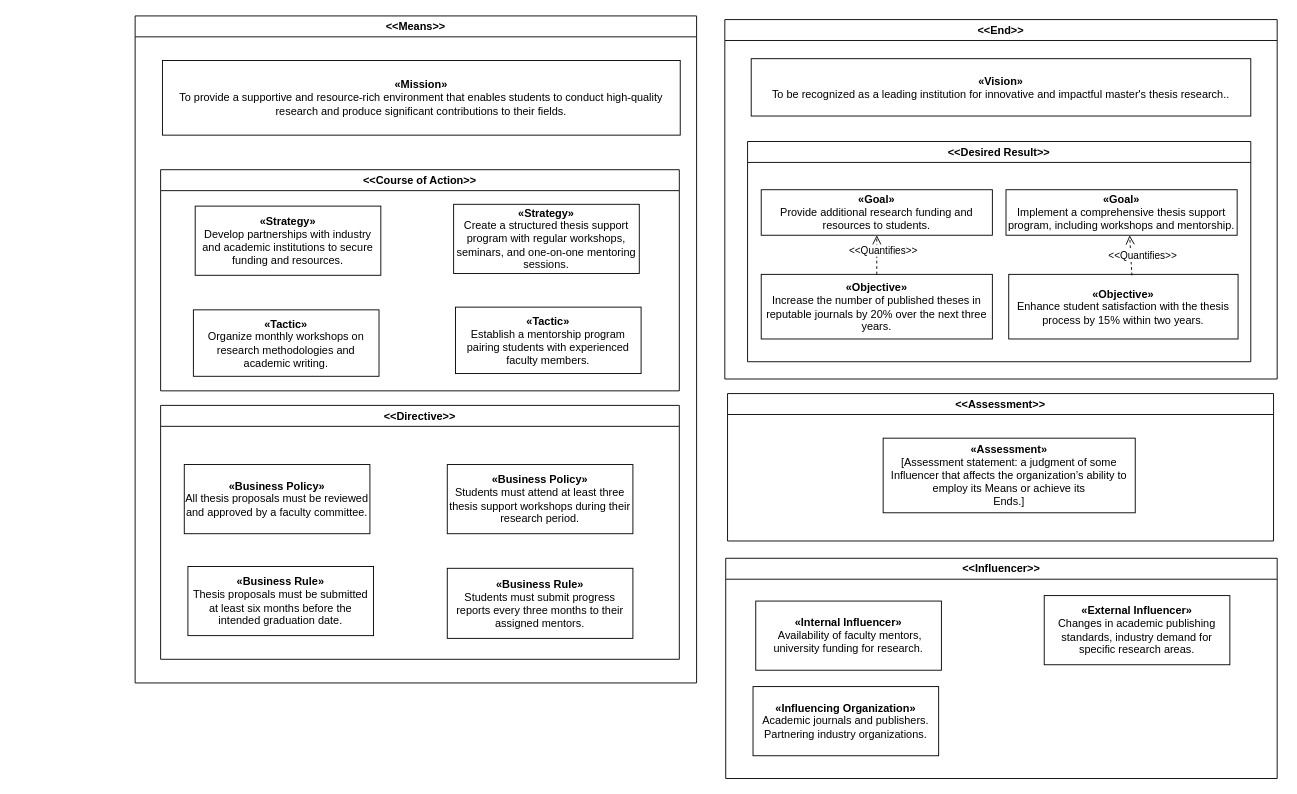
Earlier version of the draw.io diagram drawio/bmm/examples/UNI-EXAMPLE.drawio (KNormantas/vtech_isad). Source tidied: cells renumbered, new cells numbered last; positions are measured from the earlier drawing's top-left corner, leaving out a move shared by most shapes. Both pictures are drawn from the tidied source at 91%, with x=0, y=0 at pixel (135, 15).
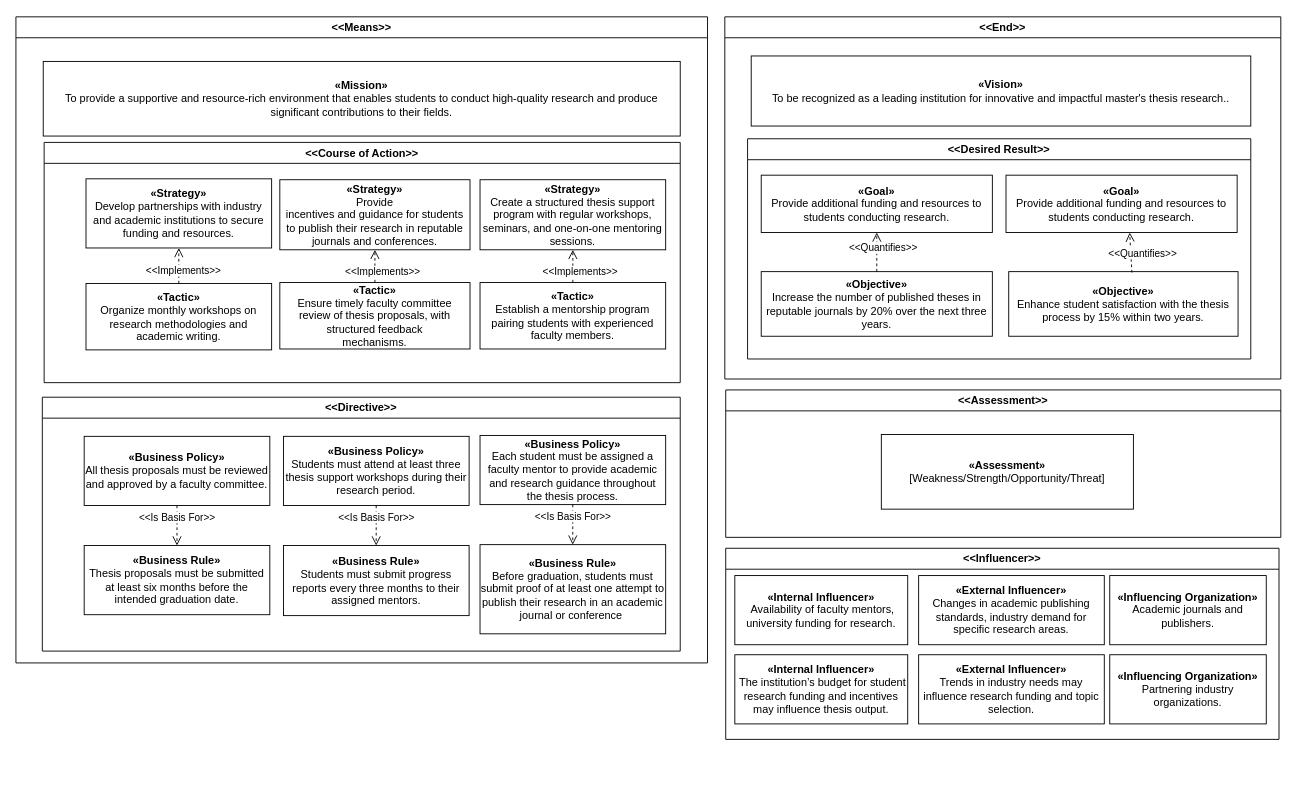
The same page after the edit.

The change refers to these unchanged cells:
```xml
<mxCell id="4" value="&amp;lt;&amp;lt;Desired Result&amp;gt;&amp;gt;" style="swimlane;whiteSpace=wrap;html=1;" parent="2" vertex="1">
  <mxGeometry x="25" y="134" width="553" height="242" as="geometry" />
</mxCell>
<mxCell id="7" value="&lt;b&gt;«Objective»&lt;/b&gt;&lt;br&gt;Increase the number of published theses in reputable journals by 20% over the next three years." style="html=1;whiteSpace=wrap;" parent="4" vertex="1">
  <mxGeometry x="15" y="146" width="254" height="71" as="geometry" />
</mxCell>
```

The edit, as a diff of the source:
```diff
@@
     <mxCell id="2" value="&amp;lt;&amp;lt;End&amp;gt;&amp;gt;" style="swimlane;whiteSpace=wrap;html=1;" parent="1" vertex="1">
-      <mxGeometry x="648" y="4" width="607" height="395" as="geometry" />
+      <mxGeometry x="648" y="1" width="611" height="398" as="geometry" />
     </mxCell>
     <mxCell id="3" value="&lt;b&gt;«Vision»&lt;/b&gt;&lt;br&gt;To be recognized as a leading institution for innovative and impactful master's thesis research.." style="html=1;whiteSpace=wrap;" parent="2" vertex="1">
-      <mxGeometry x="29" y="43" width="549" height="63" as="geometry" />
+      <mxGeometry x="29" y="43" width="549" height="77" as="geometry" />
     </mxCell>
@@
-    <mxCell id="5" value="&lt;b&gt;«Goal»&lt;/b&gt;&lt;br&gt;Provide additional research funding and resources to students." style="html=1;whiteSpace=wrap;" parent="4" vertex="1">
-      <mxGeometry x="15" y="53" width="254" height="50" as="geometry" />
+    <mxCell id="5" value="&lt;b&gt;«Goal»&lt;/b&gt;&lt;br&gt;Provide &lt;span style=&quot;&quot;&gt;additional funding and resources&lt;/span&gt; to students conducting research." style="html=1;whiteSpace=wrap;" parent="4" vertex="1">
+      <mxGeometry x="15" y="40" width="254" height="63" as="geometry" />
     </mxCell>
-    <mxCell id="6" value="&lt;b&gt;«Goal»&lt;/b&gt;&lt;br&gt;Implement a comprehensive thesis support program, including workshops and mentorship." style="html=1;whiteSpace=wrap;" parent="4" vertex="1">
-      <mxGeometry x="284" y="53" width="254" height="50" as="geometry" />
+    <mxCell id="6" value="&lt;b&gt;«Goal»&lt;/b&gt;&lt;br&gt;Provide &lt;span&gt;additional funding and resources&lt;/span&gt; to students conducting research." style="html=1;whiteSpace=wrap;" parent="4" vertex="1">
+      <mxGeometry x="284" y="40" width="254" height="63" as="geometry" />
     </mxCell>
@@
     <mxCell id="9" value="&amp;lt;&amp;lt;Quantifies&amp;gt;&amp;gt;" style="html=1;verticalAlign=bottom;endArrow=open;dashed=1;endSize=8;curved=0;rounded=0;sourcePerimeterSpacing=8;targetPerimeterSpacing=8;entryX=0.5;entryY=1;entryDx=0;entryDy=0;exitX=0.5;exitY=0;exitDx=0;exitDy=0;" parent="4" edge="1" source="7" target="5">
-      <mxGeometry x="-0.21" y="-7" relative="1" as="geometry" />
+      <mxGeometry x="-0.2" y="-7" relative="1" as="geometry" />
     </mxCell>
@@
     <mxCell id="11" value="&amp;lt;&amp;lt;Means&amp;gt;&amp;gt;" style="swimlane;whiteSpace=wrap;html=1;startSize=23;" parent="1" vertex="1">
-      <mxGeometry width="617" height="733" as="geometry" />
+      <mxGeometry x="-131" y="1" width="760" height="710" as="geometry" />
     </mxCell>
     <mxCell id="12" value="&amp;lt;&amp;lt;Course of Action&amp;gt;&amp;gt;" style="swimlane;whiteSpace=wrap;html=1;" parent="11" vertex="1">
-      <mxGeometry x="28" y="169" width="570" height="243" as="geometry" />
+      <mxGeometry x="31" y="138" width="699" height="264" as="geometry" />
     </mxCell>
     <mxCell id="13" value="&lt;b&gt;«Strategy»&lt;/b&gt;&lt;br&gt;Develop partnerships with industry and academic institutions to secure funding and resources." style="html=1;whiteSpace=wrap;" parent="12" vertex="1">
-      <mxGeometry x="38" y="40" width="204" height="76" as="geometry" />
+      <mxGeometry x="46" y="40" width="204" height="76" as="geometry" />
     </mxCell>
     <mxCell id="14" value="&lt;b&gt;«Strategy»&lt;/b&gt;&lt;br&gt;Create a structured thesis support program with regular workshops, seminars, and one-on-one mentoring sessions." style="html=1;whiteSpace=wrap;" parent="12" vertex="1">
-      <mxGeometry x="322" y="38" width="204" height="76" as="geometry" />
+      <mxGeometry x="479" y="41" width="204" height="77" as="geometry" />
     </mxCell>
     <mxCell id="15" value="&lt;b&gt;«Tactic»&lt;/b&gt;&lt;br&gt;Organize monthly workshops on research methodologies and academic writing." style="html=1;whiteSpace=wrap;" parent="12" vertex="1">
-      <mxGeometry x="36" y="154" width="204" height="73" as="geometry" />
+      <mxGeometry x="46" y="155" width="204" height="73" as="geometry" />
     </mxCell>
     <mxCell id="16" value="&lt;b&gt;«Tactic»&lt;/b&gt;&lt;br&gt;Establish a mentorship program pairing students with experienced faculty members." style="html=1;whiteSpace=wrap;" parent="12" vertex="1">
-      <mxGeometry x="324" y="151" width="204" height="73" as="geometry" />
+      <mxGeometry x="479" y="154" width="204" height="73" as="geometry" />
     </mxCell>
+    <mxCell id="29" value="&amp;lt;&amp;lt;Implements&amp;gt;&amp;gt;" style="html=1;verticalAlign=bottom;endArrow=open;dashed=1;endSize=8;curved=0;rounded=0;sourcePerimeterSpacing=8;targetPerimeterSpacing=8;exitX=0.5;exitY=0;exitDx=0;exitDy=0;entryX=0.5;entryY=1;entryDx=0;entryDy=0;" parent="12" edge="1" source="16" target="14">
+      <mxGeometry x="-0.85" y="-8" relative="1" as="geometry" />
+    </mxCell>
+    <mxCell id="30" value="&amp;lt;&amp;lt;Implements&amp;gt;&amp;gt;" style="html=1;verticalAlign=bottom;endArrow=open;dashed=1;endSize=8;curved=0;rounded=0;sourcePerimeterSpacing=8;targetPerimeterSpacing=8;exitX=0.5;exitY=0;exitDx=0;exitDy=0;entryX=0.5;entryY=1;entryDx=0;entryDy=0;" parent="12" edge="1" source="15" target="13">
+      <mxGeometry x="-0.74" y="-5" relative="1" as="geometry" />
+    </mxCell>
+    <mxCell id="31" value="&lt;b&gt;«Strategy»&lt;/b&gt;&lt;br&gt;Provide&lt;br/&gt;incentives and guidance for students to publish their research in reputable&lt;br/&gt;journals and conferences." style="html=1;whiteSpace=wrap;" parent="12" vertex="1">
+      <mxGeometry x="259" y="41" width="209" height="77" as="geometry" />
+    </mxCell>
+    <mxCell id="32" value="&lt;b&gt;«Tactic»&lt;/b&gt;&lt;br&gt;Ensure&amp;nbsp;timely faculty committee review of thesis proposals, with structured feedback&lt;br&gt;mechanisms." style="html=1;whiteSpace=wrap;" parent="12" vertex="1">
+      <mxGeometry x="259" y="154" width="209" height="73" as="geometry" />
+    </mxCell>
+    <mxCell id="33" value="&amp;lt;&amp;lt;Implements&amp;gt;&amp;gt;" style="html=1;verticalAlign=bottom;endArrow=open;dashed=1;endSize=8;curved=0;rounded=0;sourcePerimeterSpacing=8;targetPerimeterSpacing=8;exitX=0.5;exitY=0;exitDx=0;exitDy=0;entryX=0.5;entryY=1;entryDx=0;entryDy=0;" parent="12" edge="1" source="32" target="31">
+      <mxGeometry x="-0.85" y="-8" relative="1" as="geometry" />
+    </mxCell>
     <mxCell id="17" value="&lt;b&gt;«Mission»&lt;/b&gt;&lt;br&gt;To provide a supportive and resource-rich environment that enables students to conduct high-quality research and produce significant contributions to their fields." style="html=1;whiteSpace=wrap;" parent="11" vertex="1">
-      <mxGeometry x="30" y="49" width="569" height="82" as="geometry" />
+      <mxGeometry x="30" y="49" width="700" height="82" as="geometry" />
     </mxCell>
     <mxCell id="18" value="&amp;lt;&amp;lt;Directive&amp;gt;&amp;gt;" style="swimlane;whiteSpace=wrap;html=1;" parent="11" vertex="1">
-      <mxGeometry x="28" y="428" width="570" height="279" as="geometry" />
+      <mxGeometry x="29" y="418" width="701" height="279" as="geometry" />
     </mxCell>
     <mxCell id="19" value="&lt;b&gt;«Business Policy»&lt;/b&gt;&lt;br&gt;All thesis proposals must be reviewed and approved by a faculty committee." style="html=1;whiteSpace=wrap;" parent="18" vertex="1">
-      <mxGeometry x="26" y="65" width="204" height="76" as="geometry" />
+      <mxGeometry x="46" y="43" width="204" height="76" as="geometry" />
     </mxCell>
     <mxCell id="20" value="&lt;b&gt;«Business Policy»&lt;/b&gt;&lt;br&gt;Students must attend at least three thesis support workshops during their research period." style="html=1;whiteSpace=wrap;" parent="18" vertex="1">
-      <mxGeometry x="315" y="65" width="204" height="76" as="geometry" />
+      <mxGeometry x="265" y="43" width="204" height="76" as="geometry" />
     </mxCell>
     <mxCell id="21" value="&lt;b&gt;«Business Rule»&lt;/b&gt;&lt;br&gt;Thesis proposals must be submitted at least six months before the intended graduation date." style="html=1;whiteSpace=wrap;" parent="18" vertex="1">
-      <mxGeometry x="30" y="177" width="204" height="76" as="geometry" />
+      <mxGeometry x="46" y="163" width="204" height="76" as="geometry" />
     </mxCell>
     <mxCell id="22" value="&lt;b&gt;«Business Rule»&lt;/b&gt;&lt;br&gt;Students must submit progress reports every three months to their assigned mentors." style="html=1;whiteSpace=wrap;" parent="18" vertex="1">
-      <mxGeometry x="315" y="179" width="204" height="77" as="geometry" />
+      <mxGeometry x="265" y="163" width="204" height="77" as="geometry" />
     </mxCell>
+    <mxCell id="34" value="&amp;lt;&amp;lt;Is Basis For&amp;gt;&amp;gt;" style="html=1;verticalAlign=bottom;endArrow=open;dashed=1;endSize=8;curved=0;rounded=0;sourcePerimeterSpacing=8;targetPerimeterSpacing=8;exitX=0.5;exitY=1;exitDx=0;exitDy=0;entryX=0.5;entryY=0;entryDx=0;entryDy=0;" parent="18" edge="1" source="19" target="21">
+      <mxGeometry relative="1" as="geometry" />
+    </mxCell>
+    <mxCell id="35" value="&amp;lt;&amp;lt;Is Basis For&amp;gt;&amp;gt;" style="html=1;verticalAlign=bottom;endArrow=open;dashed=1;endSize=8;curved=0;rounded=0;sourcePerimeterSpacing=8;targetPerimeterSpacing=8;exitX=0.5;exitY=1;exitDx=0;exitDy=0;entryX=0.5;entryY=0;entryDx=0;entryDy=0;" parent="18" edge="1">
+      <mxGeometry relative="1" as="geometry">
+        <mxPoint x="366.9" y="119" as="sourcePoint" />
+        <mxPoint x="366.9" y="163" as="targetPoint" />
+      </mxGeometry>
+    </mxCell>
+    <mxCell id="36" value="&lt;b&gt;«Business Policy»&lt;/b&gt;&lt;br&gt;Each student must be assigned a faculty mentor to provide academic and research guidance throughout the thesis process." style="html=1;whiteSpace=wrap;" parent="18" vertex="1">
+      <mxGeometry x="481" y="42" width="204" height="76" as="geometry" />
+    </mxCell>
+    <mxCell id="37" value="&lt;b&gt;«Business Rule»&lt;/b&gt;&lt;br&gt;&lt;div&gt;Before graduation, students must submit proof of at least one attempt to publish their research in an academic journal or conference&amp;nbsp;&lt;br&gt;&lt;/div&gt;" style="html=1;whiteSpace=wrap;" parent="18" vertex="1">
+      <mxGeometry x="481" y="162" width="204" height="98" as="geometry" />
+    </mxCell>
+    <mxCell id="38" value="&amp;lt;&amp;lt;Is Basis For&amp;gt;&amp;gt;" style="html=1;verticalAlign=bottom;endArrow=open;dashed=1;endSize=8;curved=0;rounded=0;sourcePerimeterSpacing=8;targetPerimeterSpacing=8;exitX=0.5;exitY=1;exitDx=0;exitDy=0;entryX=0.5;entryY=0;entryDx=0;entryDy=0;" parent="18" edge="1">
+      <mxGeometry relative="1" as="geometry">
+        <mxPoint x="582.9" y="118" as="sourcePoint" />
+        <mxPoint x="582.9" y="162" as="targetPoint" />
+      </mxGeometry>
+    </mxCell>
     <mxCell id="23" value="&amp;lt;&amp;lt;Influencer&amp;gt;&amp;gt;" style="swimlane;whiteSpace=wrap;html=1;" parent="1" vertex="1">
-      <mxGeometry x="649" y="596" width="606" height="242" as="geometry" />
+      <mxGeometry x="649" y="585" width="608" height="210" as="geometry" />
     </mxCell>
     <mxCell id="24" value="&lt;b&gt;«Internal Influencer»&lt;/b&gt;&lt;br&gt;&amp;nbsp;Availability of faculty mentors, university funding for research." style="html=1;whiteSpace=wrap;" parent="23" vertex="1">
-      <mxGeometry x="33" y="47" width="204" height="76" as="geometry" />
+      <mxGeometry x="10" y="30" width="190" height="76" as="geometry" />
     </mxCell>
+    <mxCell id="26" value="&lt;b&gt;«External Influencer»&lt;/b&gt;&lt;br&gt;Changes in academic publishing standards, industry demand for specific research areas." style="html=1;whiteSpace=wrap;" parent="23" vertex="1">
+      <mxGeometry x="212" y="30" width="204" height="76" as="geometry" />
+    </mxCell>
+    <mxCell id="39" value="&lt;b&gt;«External Influencer»&lt;/b&gt;&lt;br&gt;Trends in industry needs may influence research funding and topic selection." style="html=1;whiteSpace=wrap;" parent="23" vertex="1">
+      <mxGeometry x="212" y="117" width="204" height="76" as="geometry" />
+    </mxCell>
+    <mxCell id="40" value="&lt;b&gt;«Internal Influencer»&lt;/b&gt;&lt;br&gt;&amp;nbsp;The institution’s budget for student research funding and incentives may influence thesis output." style="html=1;whiteSpace=wrap;" parent="23" vertex="1">
+      <mxGeometry x="10" y="117" width="190" height="76" as="geometry" />
+    </mxCell>
+    <mxCell id="41" value="&lt;b&gt;«Influencing Organization»&lt;/b&gt;&lt;br&gt;&lt;div&gt;Academic journals and publishers.&lt;/div&gt;" style="html=1;whiteSpace=wrap;" parent="23" vertex="1">
+      <mxGeometry x="422" y="30" width="172" height="76" as="geometry" />
+    </mxCell>
-    <mxCell id="25" value="&lt;b&gt;«Influencing Organization»&lt;/b&gt;&lt;br&gt;&lt;div&gt;Academic journals and publishers.&lt;/div&gt;&lt;div&gt;Partnering industry organizations.&lt;/div&gt;" style="html=1;whiteSpace=wrap;" parent="23" vertex="1">
-      <mxGeometry x="30" y="141" width="204" height="76" as="geometry" />
+    <mxCell id="25" value="&lt;b&gt;«Influencing Organization»&lt;/b&gt;&lt;br&gt;&lt;div&gt;&lt;span style=&quot;background-color: initial;&quot;&gt;Partnering industry organizations.&lt;/span&gt;&lt;/div&gt;" style="html=1;whiteSpace=wrap;" parent="23" vertex="1">
+      <mxGeometry x="422" y="117" width="172" height="76" as="geometry" />
     </mxCell>
-    <mxCell id="26" value="&lt;b&gt;«External Influencer»&lt;/b&gt;&lt;br&gt;Changes in academic publishing standards, industry demand for specific research areas." style="html=1;whiteSpace=wrap;" parent="23" vertex="1">
-      <mxGeometry x="350" y="41" width="204" height="76" as="geometry" />
-    </mxCell>
     <mxCell id="27" value="&amp;lt;&amp;lt;Assessment&amp;gt;&amp;gt;" style="swimlane;whiteSpace=wrap;html=1;" parent="1" vertex="1">
-      <mxGeometry x="651" y="415" width="600" height="162" as="geometry" />
+      <mxGeometry x="649" y="411" width="610" height="162" as="geometry" />
     </mxCell>
-    <mxCell id="28" value="&lt;b&gt;«Assessment»&lt;/b&gt;&lt;br&gt;[Assessment statement:&amp;nbsp;a judgment of some Influencer that affects the organization’s ability to employ its Means or achieve its&lt;br&gt;&lt;span style=&quot;background-color: initial;&quot;&gt;Ends.&lt;/span&gt;]" style="html=1;whiteSpace=wrap;" parent="27" vertex="1">
+    <mxCell id="28" value="&lt;b&gt;«Assessment»&lt;/b&gt;&lt;br&gt;[Weakness/Strength/Opportunity/Threat]" style="html=1;whiteSpace=wrap;" parent="27" vertex="1">
       <mxGeometry x="171" y="49" width="277" height="82" as="geometry" />
     </mxCell>
```
